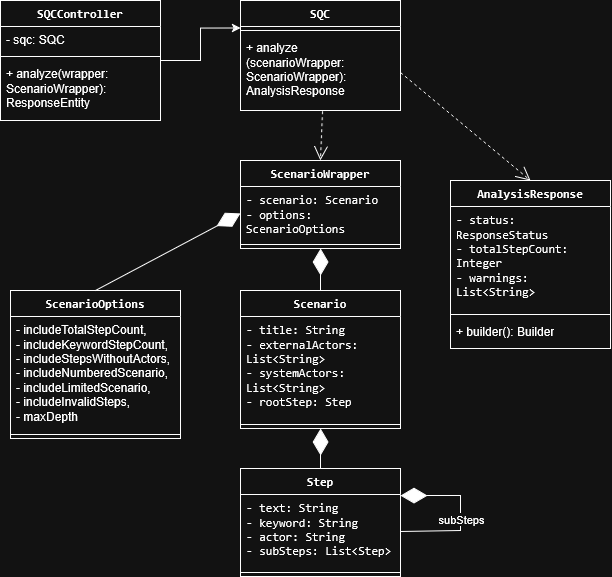
This is Project-Backlog/sqc_uml.png from pawelsiurek/scenario-quality-checker, a draw.io export, as it was before one commit. Source tidied: cells renumbered, new cells last; positions are measured from the earlier drawing's top-left corner, leaving out a move shared by most shapes.
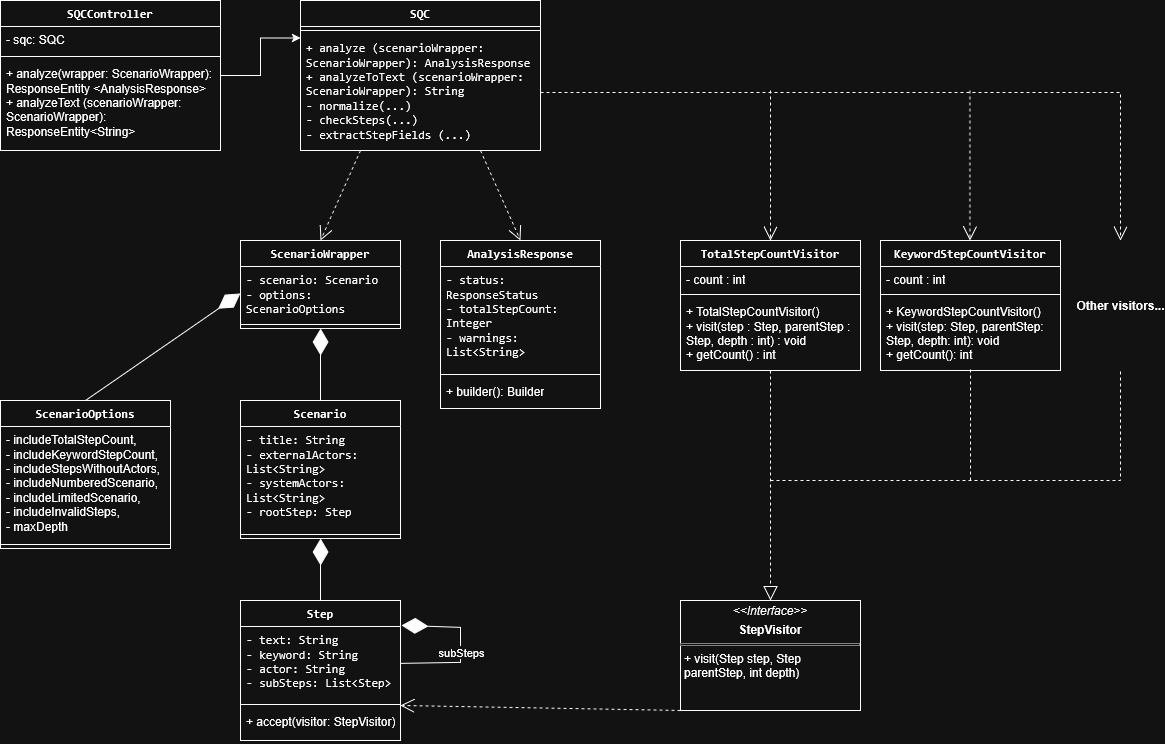
After the commit.

Commit message:
Add visitor to UML

The edit, as a diff of the source:
```diff
@@ -6,28 +6,28 @@
       <mxGeometry relative="1" as="geometry" />
     </mxCell>
     <mxCell id="3" value="&lt;code&gt;SQCController&lt;/code&gt;" style="swimlane;fontStyle=1;align=center;verticalAlign=top;horizontal=1;startSize=26;whiteSpace=wrap;html=1;" parent="1" vertex="1">
-      <mxGeometry width="160" height="120" as="geometry" />
+      <mxGeometry width="220" height="150" as="geometry" />
     </mxCell>
     <mxCell id="4" value="- sqc: SQC" style="text;strokeColor=none;fillColor=none;align=left;verticalAlign=top;spacingLeft=4;spacingRight=4;overflow=hidden;whiteSpace=wrap;html=1;" parent="3" vertex="1">
-      <mxGeometry y="26" width="160" height="26" as="geometry" />
+      <mxGeometry y="26" width="220" height="26" as="geometry" />
     </mxCell>
     <mxCell id="5" style="line;strokeWidth=1;fillColor=none;align=left;verticalAlign=middle;spacingTop=-1;spacingLeft=3;spacingRight=3;labelPosition=right;strokeColor=inherit;" parent="3" vertex="1">
-      <mxGeometry y="52" width="160" height="8" as="geometry" />
+      <mxGeometry y="52" width="220" height="8" as="geometry" />
     </mxCell>
-    <mxCell id="6" value="+ analyze(wrapper: ScenarioWrapper): ResponseEntity" style="text;strokeColor=none;fillColor=none;align=left;verticalAlign=top;spacingLeft=4;spacingRight=4;overflow=hidden;whiteSpace=wrap;html=1;" parent="3" vertex="1">
-      <mxGeometry y="60" width="160" height="60" as="geometry" />
+    <mxCell id="6" value="&lt;div&gt;+ analyze(wrapper: ScenarioWrapper): ResponseEntity &amp;lt;AnalysisResponse&amp;gt;&lt;/div&gt;+ analyzeText (scenarioWrapper:&amp;nbsp; ScenarioWrapper): ResponseEntity&amp;lt;String&amp;gt;" style="text;strokeColor=none;fillColor=none;align=left;verticalAlign=top;spacingLeft=4;spacingRight=4;overflow=hidden;whiteSpace=wrap;html=1;" parent="3" vertex="1">
+      <mxGeometry y="60" width="220" height="90" as="geometry" />
     </mxCell>
     <mxCell id="7" value="&lt;code&gt;SQC&lt;/code&gt;" style="swimlane;fontStyle=1;align=center;verticalAlign=top;horizontal=1;startSize=26;whiteSpace=wrap;html=1;" parent="1" vertex="1">
-      <mxGeometry x="240" width="160" height="110" as="geometry" />
+      <mxGeometry x="300" width="240" height="150" as="geometry" />
     </mxCell>
     <mxCell id="8" style="line;strokeWidth=1;fillColor=none;align=left;verticalAlign=middle;spacingTop=-1;spacingLeft=3;spacingRight=3;labelPosition=right;strokeColor=inherit;" parent="7" vertex="1">
-      <mxGeometry y="26" width="160" height="8" as="geometry" />
+      <mxGeometry y="26" width="240" height="8" as="geometry" />
     </mxCell>
-    <mxCell id="9" value="+ analyze (scenarioWrapper: ScenarioWrapper): AnalysisResponse" style="text;strokeColor=none;fillColor=none;align=left;verticalAlign=top;spacingLeft=4;spacingRight=4;overflow=hidden;points=[[0,0.5],[1,0.5]];portConstraint=eastwest;whiteSpace=wrap;html=1;" parent="7" vertex="1">
-      <mxGeometry y="34" width="160" height="76" as="geometry" />
+    <mxCell id="9" value="&lt;div&gt;&lt;code&gt;+ analyze (scenarioWrapper: ScenarioWrapper): AnalysisResponse&lt;/code&gt;&lt;/div&gt;&lt;div&gt;&lt;code&gt;+ analyzeToText (scenarioWrapper: ScenarioWrapper): String&lt;/code&gt;&lt;/div&gt;&lt;div&gt;&lt;code&gt;- normalize(...)&lt;/code&gt;&lt;/div&gt;&lt;div&gt;&lt;code&gt;- checkSteps(...)&lt;/code&gt;&lt;/div&gt;&lt;div&gt;&lt;code&gt;- extractStepFields (...)&lt;/code&gt;&lt;/div&gt;" style="text;strokeColor=none;fillColor=none;align=left;verticalAlign=top;spacingLeft=4;spacingRight=4;overflow=hidden;points=[[0,0.5],[1,0.5]];portConstraint=eastwest;whiteSpace=wrap;html=1;" parent="7" vertex="1">
+      <mxGeometry y="34" width="240" height="116" as="geometry" />
     </mxCell>
     <mxCell id="10" value="&lt;code&gt;ScenarioWrapper&lt;/code&gt;" style="swimlane;fontStyle=1;align=center;verticalAlign=top;horizontal=1;startSize=26;whiteSpace=wrap;html=1;" parent="1" vertex="1">
-      <mxGeometry x="240" y="160" width="160" height="88" as="geometry" />
+      <mxGeometry x="240" y="240" width="160" height="88" as="geometry" />
     </mxCell>
     <mxCell id="11" value="&lt;div&gt;&lt;code&gt;- scenario: Scenario&lt;/code&gt;&lt;/div&gt;&lt;div&gt;&lt;code&gt;- options: ScenarioOptions&lt;/code&gt;&lt;/div&gt;" style="text;strokeColor=none;fillColor=none;align=left;verticalAlign=top;spacingLeft=4;spacingRight=4;overflow=hidden;points=[[0,0.5],[1,0.5]];portConstraint=eastwest;whiteSpace=wrap;html=1;" parent="10" vertex="1">
       <mxGeometry y="26" width="160" height="54" as="geometry" />
@@ -36,7 +36,7 @@
       <mxGeometry y="80" width="160" height="8" as="geometry" />
     </mxCell>
     <mxCell id="13" value="&lt;code&gt;Scenario&lt;/code&gt;" style="swimlane;fontStyle=1;align=center;verticalAlign=top;horizontal=1;startSize=26;whiteSpace=wrap;html=1;" parent="1" vertex="1">
-      <mxGeometry x="240" y="290" width="160" height="138" as="geometry" />
+      <mxGeometry x="240" y="400" width="160" height="138" as="geometry" />
     </mxCell>
     <mxCell id="14" value="&lt;div&gt;&lt;code&gt;- title: String&lt;/code&gt;&lt;/div&gt;&lt;div&gt;&lt;code&gt;- externalActors: List&amp;lt;String&amp;gt;&lt;/code&gt;&lt;/div&gt;&lt;div&gt;&lt;code&gt;-&lt;/code&gt;&lt;code&gt;&amp;nbsp;systemActors: List&amp;lt;String&amp;gt;&lt;/code&gt;&lt;/div&gt;&lt;div&gt;&lt;code&gt;- rootStep: Step&lt;/code&gt;&lt;/div&gt;" style="text;strokeColor=none;fillColor=none;align=left;verticalAlign=top;spacingLeft=4;spacingRight=4;overflow=hidden;whiteSpace=wrap;html=1;" parent="13" vertex="1">
       <mxGeometry y="26" width="160" height="104" as="geometry" />
@@ -45,7 +45,7 @@
       <mxGeometry y="130" width="160" height="8" as="geometry" />
     </mxCell>
     <mxCell id="16" value="&lt;code&gt;Step&lt;/code&gt;" style="swimlane;fontStyle=1;align=center;verticalAlign=top;horizontal=1;startSize=26;whiteSpace=wrap;html=1;" parent="1" vertex="1">
-      <mxGeometry x="240" y="468" width="160" height="108" as="geometry" />
+      <mxGeometry x="240" y="600" width="160" height="140" as="geometry" />
     </mxCell>
     <mxCell id="17" value="&lt;div&gt;&lt;code&gt;- text: String&lt;/code&gt;&lt;/div&gt;&lt;div&gt;&lt;code&gt;- keyword: String&lt;/code&gt;&lt;/div&gt;&lt;div&gt;&lt;code&gt;- actor: String&lt;/code&gt;&lt;/div&gt;&lt;div&gt;&lt;code&gt;- subSteps: List&amp;lt;Step&amp;gt;&lt;/code&gt;&lt;/div&gt;" style="text;strokeColor=none;fillColor=none;align=left;verticalAlign=top;spacingLeft=4;spacingRight=4;overflow=hidden;points=[[0,0.5],[1,0.5]];portConstraint=eastwest;whiteSpace=wrap;html=1;" parent="16" vertex="1">
       <mxGeometry y="26" width="160" height="74" as="geometry" />
@@ -53,7 +53,7 @@
     <mxCell id="18" style="line;strokeWidth=1;fillColor=none;align=left;verticalAlign=middle;spacingTop=-1;spacingLeft=3;spacingRight=3;labelPosition=right;strokeColor=inherit;" parent="16" vertex="1">
       <mxGeometry y="100" width="160" height="8" as="geometry" />
     </mxCell>
-    <mxCell id="19" style="endArrow=diamondThin;endFill=1;endSize=24;html=1;rounded=0;exitX=1;exitY=0.5;exitDx=0;exitDy=0;entryX=1;entryY=0.25;entryDx=0;entryDy=0;" parent="16" edge="1" source="17" target="16">
+    <mxCell id="19" style="endArrow=diamondThin;endFill=1;endSize=24;html=1;rounded=0;exitX=1;exitY=0.5;exitDx=0;exitDy=0;entryX=1.006;entryY=-0.014;entryDx=0;entryDy=0;entryPerimeter=0;" parent="16" edge="1" source="17" target="17">
       <mxGeometry relative="1" as="geometry">
         <Array as="points">
           <mxPoint x="220" y="62" />
@@ -66,8 +66,11 @@
         <mxPoint x="-3" as="offset" />
       </mxGeometry>
     </mxCell>
+    <mxCell id="33" value="+ accept(visitor: StepVisitor)" style="text;strokeColor=none;fillColor=none;align=left;verticalAlign=top;spacingLeft=4;spacingRight=4;overflow=hidden;whiteSpace=wrap;html=1;" parent="16" vertex="1">
+      <mxGeometry y="108" width="160" height="32" as="geometry" />
+    </mxCell>
     <mxCell id="21" value="&lt;code&gt;AnalysisResponse&lt;/code&gt;" style="swimlane;fontStyle=1;align=center;verticalAlign=top;horizontal=1;startSize=26;whiteSpace=wrap;html=1;" parent="1" vertex="1">
-      <mxGeometry x="450" y="180" width="160" height="168" as="geometry" />
+      <mxGeometry x="440" y="240" width="160" height="168" as="geometry" />
     </mxCell>
     <mxCell id="22" value="&lt;div&gt;&lt;code&gt;- status: ResponseStatus&lt;/code&gt;&lt;/div&gt;&lt;div&gt;&lt;code&gt;- totalStepCount: Integer&lt;/code&gt;&lt;/div&gt;&lt;div&gt;&lt;code&gt;- warnings: List&amp;lt;String&amp;gt;&lt;/code&gt;&lt;/div&gt;" style="text;strokeColor=none;fillColor=none;align=left;verticalAlign=top;spacingLeft=4;spacingRight=4;overflow=hidden;whiteSpace=wrap;html=1;" parent="21" vertex="1">
       <mxGeometry y="26" width="160" height="104" as="geometry" />
@@ -78,10 +81,10 @@
     <mxCell id="24" value="+ builder(): Builder" style="text;strokeColor=none;fillColor=none;align=left;verticalAlign=top;spacingLeft=4;spacingRight=4;overflow=hidden;whiteSpace=wrap;html=1;" parent="21" vertex="1">
       <mxGeometry y="138" width="160" height="30" as="geometry" />
     </mxCell>
-    <mxCell id="25" style="endArrow=open;endSize=12;dashed=1;html=1;rounded=0;exitX=0.513;exitY=1.01;exitDx=0;exitDy=0;exitPerimeter=0;entryX=0.5;entryY=0;entryDx=0;entryDy=0;" parent="1" edge="1" source="9" target="10">
+    <mxCell id="25" style="endArrow=open;endSize=12;dashed=1;html=1;rounded=0;exitX=0.25;exitY=1;exitDx=0;exitDy=0;entryX=0.5;entryY=0;entryDx=0;entryDy=0;" parent="1" edge="1" source="7" target="10">
       <mxGeometry relative="1" as="geometry" />
     </mxCell>
-    <mxCell id="26" style="endArrow=open;endSize=12;dashed=1;html=1;rounded=0;exitX=1;exitY=0.5;exitDx=0;exitDy=0;entryX=0.5;entryY=0;entryDx=0;entryDy=0;" parent="1" edge="1" source="9" target="21">
+    <mxCell id="26" style="endArrow=open;endSize=12;dashed=1;html=1;rounded=0;exitX=0.75;exitY=1;exitDx=0;exitDy=0;entryX=0.5;entryY=0;entryDx=0;entryDy=0;" parent="1" edge="1" source="7" target="21">
       <mxGeometry relative="1" as="geometry" />
     </mxCell>
     <mxCell id="27" style="endArrow=diamondThin;endFill=1;endSize=24;html=1;rounded=0;entryX=0.5;entryY=1;entryDx=0;entryDy=0;" parent="1" edge="1" source="13" target="10">
@@ -91,7 +94,7 @@
       <mxGeometry relative="1" as="geometry" />
     </mxCell>
     <mxCell id="29" value="&lt;code&gt;ScenarioOptions&lt;/code&gt;" style="swimlane;fontStyle=1;align=center;verticalAlign=top;horizontal=1;startSize=26;whiteSpace=wrap;html=1;" parent="1" vertex="1">
-      <mxGeometry x="10" y="290" width="170" height="148" as="geometry" />
+      <mxGeometry y="400" width="170" height="148" as="geometry" />
     </mxCell>
     <mxCell id="30" value="- includeTotalStepCount,&lt;br&gt;- includeKeywordStepCount,&lt;br&gt;- includeStepsWithoutActors,&lt;br&gt;- includeNumberedScenario,&lt;br&gt;- includeLimitedScenario,&lt;br&gt;- includeInvalidSteps,&lt;br&gt;- maxDepth" style="text;strokeColor=none;fillColor=none;align=left;verticalAlign=top;spacingLeft=4;spacingRight=4;overflow=hidden;whiteSpace=wrap;html=1;" parent="29" vertex="1">
       <mxGeometry y="26" width="170" height="114" as="geometry" />
@@ -102,5 +105,74 @@
     <mxCell id="32" style="endArrow=diamondThin;endFill=1;endSize=24;html=1;rounded=0;entryX=0;entryY=0.5;entryDx=0;entryDy=0;exitX=0.5;exitY=0;exitDx=0;exitDy=0;" parent="1" edge="1" source="29" target="11">
       <mxGeometry relative="1" as="geometry" />
     </mxCell>
+    <mxCell id="34" value="&lt;p style=&quot;margin:0px;margin-top:4px;text-align:center;&quot;&gt;&lt;i&gt;&amp;lt;&amp;lt;Interface&amp;gt;&amp;gt;&lt;/i&gt;&lt;b&gt;&lt;br&gt;&lt;/b&gt;&lt;/p&gt;&lt;p style=&quot;margin:0px;margin-top:4px;text-align:center;&quot;&gt;&lt;b&gt;StepVisitor&lt;/b&gt;&lt;/p&gt;&lt;hr size=&quot;1&quot; style=&quot;border-style:solid;&quot;&gt;&lt;p style=&quot;margin:0px;margin-left:4px;&quot;&gt;+ visit(Step step, Step parentStep, int depth)&lt;/p&gt;" style="verticalAlign=top;align=left;overflow=fill;html=1;whiteSpace=wrap;" parent="1" vertex="1">
+      <mxGeometry x="680" y="600" width="180" height="110" as="geometry" />
+    </mxCell>
+    <mxCell id="35" style="endArrow=open;endSize=12;dashed=1;html=1;rounded=0;exitX=0;exitY=1;exitDx=0;exitDy=0;entryX=1;entryY=0.75;entryDx=0;entryDy=0;" parent="1" edge="1" source="34" target="16">
+      <mxGeometry relative="1" as="geometry" />
+    </mxCell>
+    <mxCell id="36" value="&lt;code&gt;TotalStepCountVisitor&lt;/code&gt;" style="swimlane;fontStyle=1;align=center;verticalAlign=top;horizontal=1;startSize=26;whiteSpace=wrap;html=1;" parent="1" vertex="1">
+      <mxGeometry x="680" y="240" width="180" height="130" as="geometry" />
+    </mxCell>
+    <mxCell id="37" value="- count : int" style="text;strokeColor=none;fillColor=none;align=left;verticalAlign=top;spacingLeft=4;spacingRight=4;overflow=hidden;whiteSpace=wrap;html=1;" parent="36" vertex="1">
+      <mxGeometry y="26" width="180" height="24" as="geometry" />
+    </mxCell>
+    <mxCell id="38" style="line;strokeWidth=1;fillColor=none;align=left;verticalAlign=middle;spacingTop=-1;spacingLeft=3;spacingRight=3;labelPosition=right;strokeColor=inherit;" parent="36" vertex="1">
+      <mxGeometry y="50" width="180" height="8" as="geometry" />
+    </mxCell>
+    <mxCell id="39" value="+ TotalStepCountVisitor()&lt;br&gt;+ visit(step : Step, parentStep : Step, depth : int) : void&lt;br&gt;+ getCount() : int" style="text;strokeColor=none;fillColor=none;align=left;verticalAlign=top;spacingLeft=4;spacingRight=4;overflow=hidden;whiteSpace=wrap;html=1;" parent="36" vertex="1">
+      <mxGeometry y="58" width="180" height="72" as="geometry" />
+    </mxCell>
+    <mxCell id="40" value="&lt;code&gt;KeywordStepCountVisitor&lt;/code&gt;" style="swimlane;fontStyle=1;align=center;verticalAlign=top;horizontal=1;startSize=26;whiteSpace=wrap;html=1;" parent="1" vertex="1">
+      <mxGeometry x="880" y="240" width="180" height="130" as="geometry" />
+    </mxCell>
+    <mxCell id="41" value="- count : int" style="text;strokeColor=none;fillColor=none;align=left;verticalAlign=top;spacingLeft=4;spacingRight=4;overflow=hidden;whiteSpace=wrap;html=1;" parent="40" vertex="1">
+      <mxGeometry y="26" width="180" height="24" as="geometry" />
+    </mxCell>
+    <mxCell id="42" style="line;strokeWidth=1;fillColor=none;align=left;verticalAlign=middle;spacingTop=-1;spacingLeft=3;spacingRight=3;labelPosition=right;strokeColor=inherit;" parent="40" vertex="1">
+      <mxGeometry y="50" width="180" height="8" as="geometry" />
+    </mxCell>
+    <mxCell id="43" value="+ KeywordStepCountVisitor()&lt;br&gt;+ visit(step: Step, parentStep: Step, depth: int): void&lt;br&gt;+ getCount(): int" style="text;strokeColor=none;fillColor=none;align=left;verticalAlign=top;spacingLeft=4;spacingRight=4;overflow=hidden;points=[[0,0.5],[1,0.5]];portConstraint=eastwest;whiteSpace=wrap;html=1;" parent="40" vertex="1">
+      <mxGeometry y="58" width="180" height="72" as="geometry" />
+    </mxCell>
+    <mxCell id="44" style="endArrow=block;dashed=1;endFill=0;endSize=12;html=1;rounded=0;exitX=0.5;exitY=1;exitDx=0;exitDy=0;entryX=0.5;entryY=0;entryDx=0;entryDy=0;" parent="1" edge="1" source="36" target="34">
+      <mxGeometry relative="1" as="geometry" />
+    </mxCell>
+    <mxCell id="45" style="endArrow=none;dashed=1;endFill=0;endSize=12;html=1;rounded=0;startArrow=none;startFill=0;" parent="1" edge="1">
+      <mxGeometry relative="1" as="geometry">
+        <mxPoint x="770" y="480" as="sourcePoint" />
+        <mxPoint x="1120" y="370" as="targetPoint" />
+        <Array as="points">
+          <mxPoint x="1120" y="480" />
+        </Array>
+      </mxGeometry>
+    </mxCell>
+    <mxCell id="46" style="endArrow=none;dashed=1;endFill=0;endSize=12;html=1;rounded=0;startArrow=none;startFill=0;entryX=0.5;entryY=0.986;entryDx=0;entryDy=0;entryPerimeter=0;" parent="1" edge="1" target="43">
+      <mxGeometry relative="1" as="geometry">
+        <mxPoint x="970" y="480" as="sourcePoint" />
+      </mxGeometry>
+    </mxCell>
+    <mxCell id="47" style="endArrow=open;endSize=12;dashed=1;html=1;rounded=0;exitX=1;exitY=0.5;exitDx=0;exitDy=0;" parent="1" edge="1" source="9">
+      <mxGeometry relative="1" as="geometry">
+        <mxPoint x="1120" y="240" as="targetPoint" />
+        <Array as="points">
+          <mxPoint x="1120" y="92" />
+        </Array>
+      </mxGeometry>
+    </mxCell>
+    <mxCell id="48" style="endArrow=open;endSize=12;dashed=1;html=1;rounded=0;entryX=0.5;entryY=0;entryDx=0;entryDy=0;" parent="1" edge="1" target="36">
+      <mxGeometry relative="1" as="geometry">
+        <mxPoint x="770" y="90" as="sourcePoint" />
+      </mxGeometry>
+    </mxCell>
+    <mxCell id="49" style="endArrow=open;endSize=12;dashed=1;html=1;rounded=0;entryX=0.5;entryY=0;entryDx=0;entryDy=0;" parent="1" edge="1">
+      <mxGeometry relative="1" as="geometry">
+        <mxPoint x="969.4" y="90" as="sourcePoint" />
+        <mxPoint x="969.4" y="240" as="targetPoint" />
+      </mxGeometry>
+    </mxCell>
+    <mxCell id="50" value="Other visitors..." style="text;align=center;fontStyle=1;verticalAlign=middle;spacingLeft=3;spacingRight=3;strokeColor=none;html=1;" parent="1" vertex="1">
+      <mxGeometry x="1080" y="292" width="80" height="26" as="geometry" />
+    </mxCell>
   </root>
 </mxGraphModel>
```
